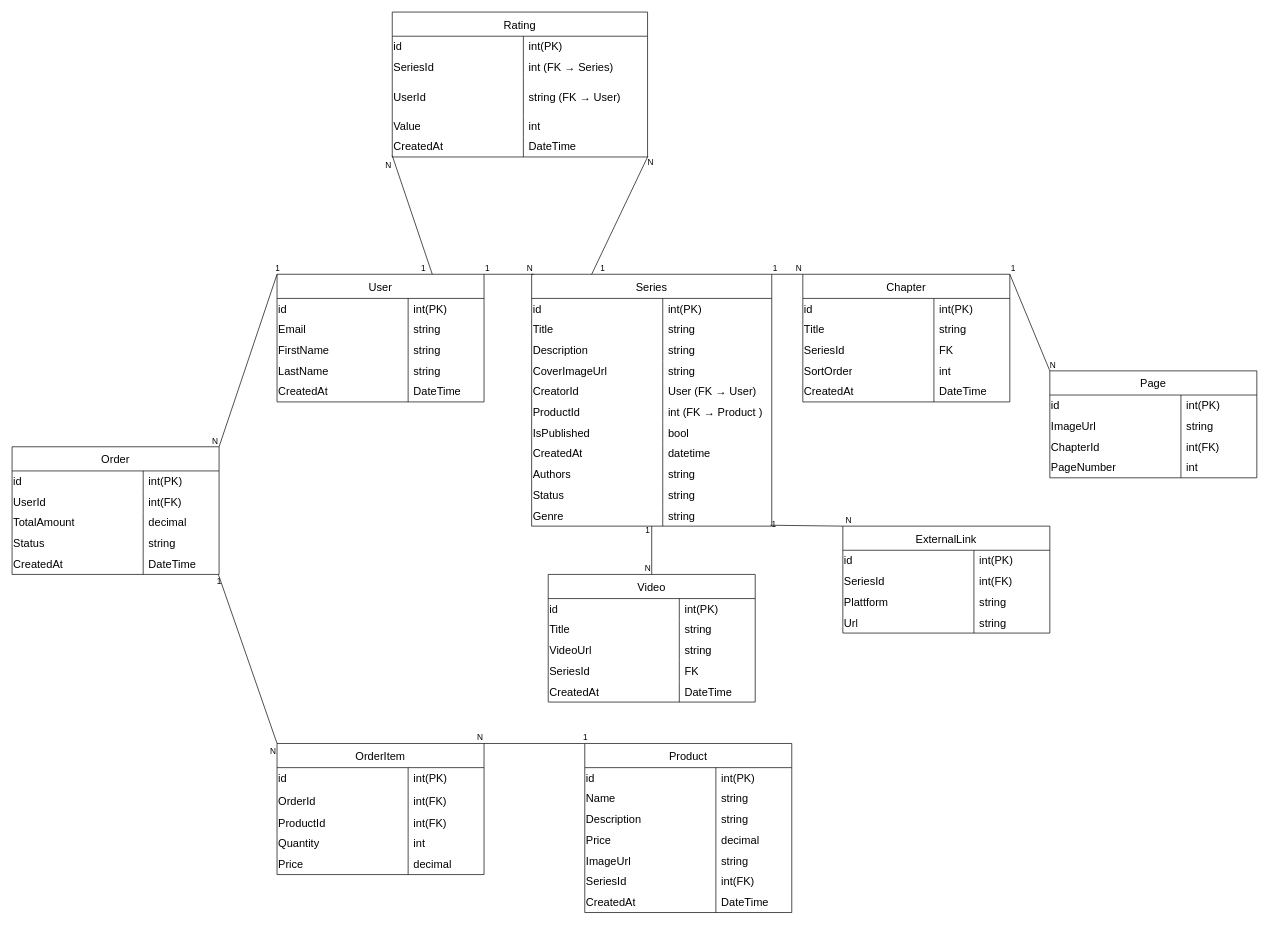
The draw.io diagram Diagrams/ER-diagram.drawio in SaraM47/Twinstartanimation-backend, before the edit. Source tidied: cells renumbered, new cells numbered last; positions are measured from the earlier drawing's top-left corner, leaving out a move shared by most shapes. Both pictures are drawn from the tidied source at 69%, with x=0, y=0 at pixel (12, 12).
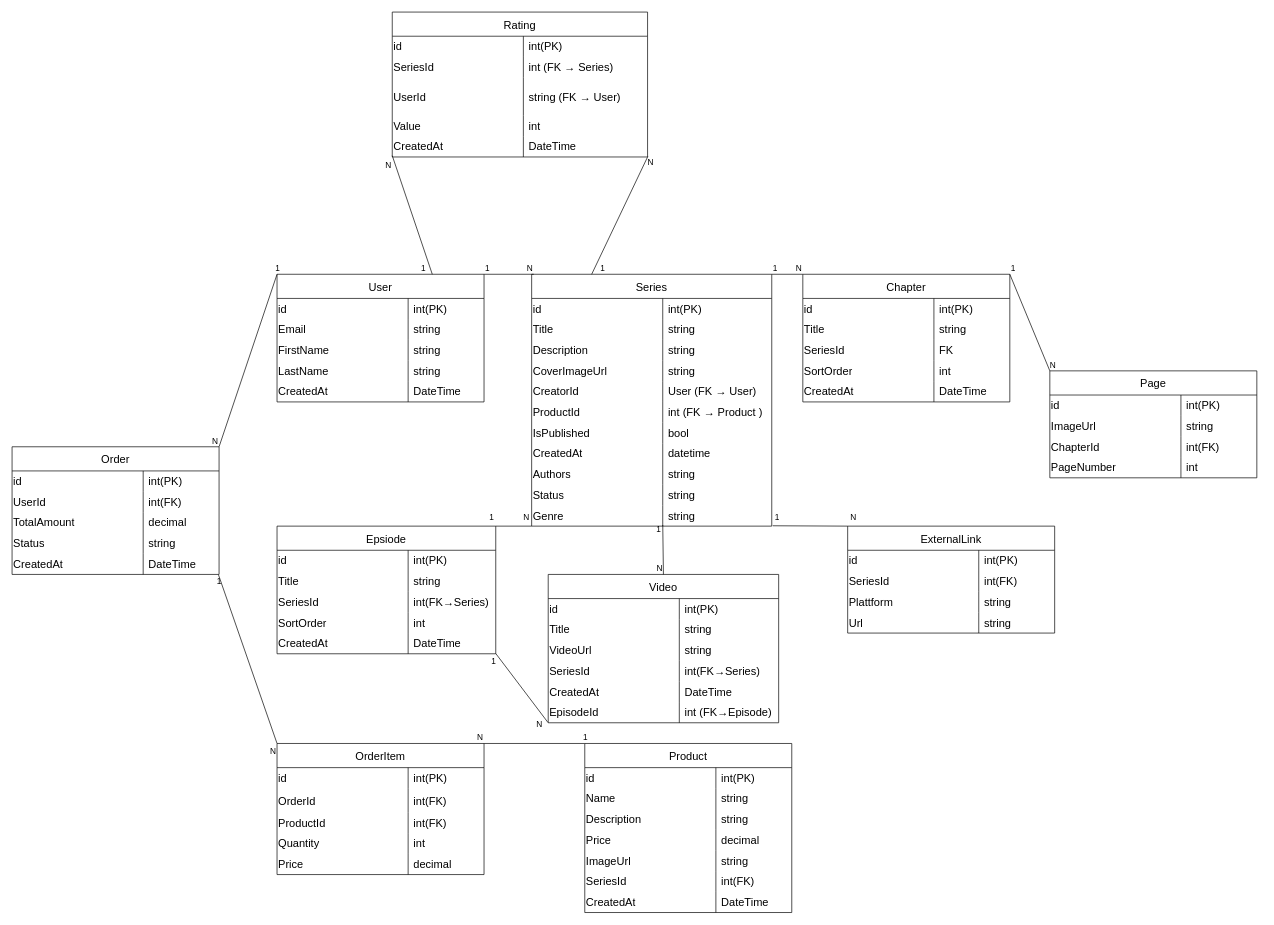
After the change.

Commit message:
Updated the ER-digram by adding entity Epsiode

The change refers to these unchanged cells:
```xml
<mxCell id="18" value="Series" style="shape=table;startSize=35;childLayout=tableLayout;rowLines=0;fontStyle=0;strokeColor=default;fontSize=16;rounded=0;" parent="1" vertex="1">
  <mxGeometry x="753" y="380" width="348" height="365" as="geometry" />
</mxCell>
<mxCell id="49" style="shape=tableRow;horizontal=0;startSize=0;swimlaneHead=0;swimlaneBody=0;top=0;left=0;bottom=0;right=0;fillColor=none;points=[[0,0.5],[1,0.5]];portConstraint=eastwest;strokeColor=inherit;fontSize=16;rounded=0;" parent="18" vertex="1">
  <mxGeometry y="335" width="348" height="30" as="geometry" />
</mxCell>
```

What changed in the source:
```diff
@@
     <mxCell id="81" value="Video" style="shape=table;startSize=35;childLayout=tableLayout;rowLines=0;fontStyle=0;strokeColor=default;fontSize=16;rounded=0;" parent="1" vertex="1">
-      <mxGeometry x="777" y="815" width="300" height="185" as="geometry" />
+      <mxGeometry x="777" y="815" width="334" height="215" as="geometry" />
     </mxCell>
     <mxCell id="82" style="shape=tableRow;horizontal=0;startSize=0;swimlaneHead=0;swimlaneBody=0;top=0;left=0;bottom=0;right=0;fillColor=none;strokeColor=inherit;fontSize=16;rounded=0;" parent="81" vertex="1">
-      <mxGeometry y="35" width="300" height="30" as="geometry" />
+      <mxGeometry y="35" width="334" height="30" as="geometry" />
     </mxCell>
@@
     <mxCell id="84" value="&lt;span style=&quot;color: rgb(0, 0, 0);&quot;&gt;&lt;font&gt;int(PK)&lt;/font&gt;&lt;/span&gt;" style="shape=partialRectangle;html=1;whiteSpace=wrap;fillColor=none;top=0;left=0;bottom=0;right=0;align=left;spacingLeft=6;overflow=hidden;strokeColor=inherit;fontSize=16;rounded=0;strokeWidth=16;" parent="82" vertex="1">
-      <mxGeometry x="190" width="110" height="30" as="geometry" />
+      <mxGeometry x="190" width="144" height="30" as="geometry" />
     </mxCell>
     <mxCell id="85" style="shape=tableRow;horizontal=0;startSize=0;swimlaneHead=0;swimlaneBody=0;top=0;left=0;bottom=0;right=0;fillColor=none;strokeColor=inherit;fontSize=16;rounded=0;" parent="81" vertex="1">
-      <mxGeometry y="65" width="300" height="30" as="geometry" />
+      <mxGeometry y="65" width="334" height="30" as="geometry" />
     </mxCell>
@@
     <mxCell id="87" value="&lt;span style=&quot;color: rgb(0, 0, 0);&quot;&gt;&lt;font&gt;string&lt;/font&gt;&lt;/span&gt;" style="shape=partialRectangle;html=1;whiteSpace=wrap;fillColor=none;top=0;left=0;bottom=0;right=0;align=left;spacingLeft=6;overflow=hidden;strokeColor=inherit;fontSize=16;rounded=0;strokeWidth=16;" parent="85" vertex="1">
-      <mxGeometry x="190" width="110" height="30" as="geometry" />
+      <mxGeometry x="190" width="144" height="30" as="geometry" />
     </mxCell>
     <mxCell id="88" style="shape=tableRow;horizontal=0;startSize=0;swimlaneHead=0;swimlaneBody=0;top=0;left=0;bottom=0;right=0;fillColor=none;strokeColor=inherit;fontSize=16;rounded=0;" parent="81" vertex="1">
-      <mxGeometry y="95" width="300" height="30" as="geometry" />
+      <mxGeometry y="95" width="334" height="30" as="geometry" />
     </mxCell>
@@
     <mxCell id="90" value="&lt;span style=&quot;color: rgb(0, 0, 0);&quot;&gt;&lt;font&gt;string&lt;/font&gt;&lt;/span&gt;" style="shape=partialRectangle;html=1;whiteSpace=wrap;fillColor=none;top=0;left=0;bottom=0;right=0;align=left;spacingLeft=6;overflow=hidden;strokeColor=inherit;fontSize=16;rounded=0;strokeWidth=16;" parent="88" vertex="1">
-      <mxGeometry x="190" width="110" height="30" as="geometry" />
+      <mxGeometry x="190" width="144" height="30" as="geometry" />
     </mxCell>
     <mxCell id="91" style="shape=tableRow;horizontal=0;startSize=0;swimlaneHead=0;swimlaneBody=0;top=0;left=0;bottom=0;right=0;fillColor=none;strokeColor=inherit;fontSize=16;rounded=0;" parent="81" vertex="1">
-      <mxGeometry y="125" width="300" height="30" as="geometry" />
+      <mxGeometry y="125" width="334" height="30" as="geometry" />
     </mxCell>
@@
-    <mxCell id="93" value="FK" style="shape=partialRectangle;html=1;whiteSpace=wrap;fillColor=none;top=0;left=0;bottom=0;right=0;align=left;spacingLeft=6;overflow=hidden;strokeColor=inherit;fontSize=16;rounded=0;" parent="91" vertex="1">
-      <mxGeometry x="190" width="110" height="30" as="geometry" />
+    <mxCell id="93" value="int(FK&lt;span style=&quot;color: rgb(0, 0, 0);&quot;&gt;→Series)&lt;/span&gt;" style="shape=partialRectangle;html=1;whiteSpace=wrap;fillColor=none;top=0;left=0;bottom=0;right=0;align=left;spacingLeft=6;overflow=hidden;strokeColor=inherit;fontSize=16;rounded=0;" parent="91" vertex="1">
+      <mxGeometry x="190" width="144" height="30" as="geometry" />
     </mxCell>
     <mxCell id="94" style="shape=tableRow;horizontal=0;startSize=0;swimlaneHead=0;swimlaneBody=0;top=0;left=0;bottom=0;right=0;fillColor=none;strokeColor=inherit;fontSize=16;rounded=0;" parent="81" vertex="1">
-      <mxGeometry y="155" width="300" height="30" as="geometry" />
+      <mxGeometry y="155" width="334" height="30" as="geometry" />
     </mxCell>
@@
     <mxCell id="96" value="DateTime" style="shape=partialRectangle;html=1;whiteSpace=wrap;fillColor=none;top=0;left=0;bottom=0;right=0;align=left;spacingLeft=6;overflow=hidden;strokeColor=inherit;fontSize=16;rounded=0;" parent="94" vertex="1">
-      <mxGeometry x="190" width="110" height="30" as="geometry" />
+      <mxGeometry x="190" width="144" height="30" as="geometry" />
     </mxCell>
+    <mxCell id="210" style="shape=tableRow;horizontal=0;startSize=0;swimlaneHead=0;swimlaneBody=0;top=0;left=0;bottom=0;right=0;fillColor=none;points=[[0,0.5],[1,0.5]];portConstraint=eastwest;strokeColor=inherit;fontSize=16;rounded=0;" parent="81" vertex="1">
+      <mxGeometry y="185" width="334" height="30" as="geometry" />
+    </mxCell>
+    <mxCell id="211" value="EpisodeId" style="shape=partialRectangle;html=1;whiteSpace=wrap;fillColor=none;top=0;left=0;bottom=0;right=0;overflow=hidden;strokeColor=inherit;fontSize=16;align=left;rounded=0;" parent="210" vertex="1">
+      <mxGeometry width="190" height="30" as="geometry" />
+    </mxCell>
+    <mxCell id="212" value="int (FK&lt;span style=&quot;color: rgb(0, 0, 0);&quot;&gt;→Episode&lt;/span&gt;)" style="shape=partialRectangle;html=1;whiteSpace=wrap;fillColor=none;top=0;left=0;bottom=0;right=0;align=left;spacingLeft=6;overflow=hidden;strokeColor=inherit;fontSize=16;rounded=0;" parent="210" vertex="1">
+      <mxGeometry x="190" width="144" height="30" as="geometry" />
+    </mxCell>
@@
     <mxCell id="151" value="ExternalLink" style="shape=table;startSize=35;childLayout=tableLayout;rowLines=0;fontStyle=0;strokeColor=default;fontSize=16;rounded=0;" parent="1" vertex="1">
-      <mxGeometry x="1204" y="745" width="300" height="155" as="geometry" />
+      <mxGeometry x="1211" y="745" width="300" height="155" as="geometry" />
     </mxCell>
@@
-    <mxCell id="182" style="endArrow=none;html=1;rounded=0;entryX=0.5;entryY=0;entryDx=0;entryDy=0;exitX=0.5;exitY=1;exitDx=0;exitDy=0;" parent="1" edge="1" source="18" target="81">
+    <mxCell id="182" style="endArrow=none;html=1;rounded=0;entryX=0.5;entryY=0;entryDx=0;entryDy=0;exitX=0.546;exitY=0.949;exitDx=0;exitDy=0;exitPerimeter=0;" parent="1" edge="1" source="49" target="81">
       <mxGeometry relative="1" as="geometry" />
     </mxCell>
@@
-    <mxCell id="185" style="endArrow=none;html=1;rounded=0;exitX=0.995;exitY=0.957;exitDx=0;exitDy=0;entryX=0;entryY=0;entryDx=0;entryDy=0;exitPerimeter=0;" parent="1" edge="1" source="49" target="151">
+    <mxCell id="185" style="endArrow=none;html=1;rounded=0;exitX=1.004;exitY=0.983;exitDx=0;exitDy=0;entryX=0;entryY=0;entryDx=0;entryDy=0;exitPerimeter=0;" parent="1" edge="1" source="49" target="151">
       <mxGeometry relative="1" as="geometry" />
     </mxCell>
     <mxCell id="186" value="1" style="html=1;whiteSpace=wrap;align=left;verticalAlign=bottom;" parent="185" vertex="1">
       <mxGeometry x="-1" relative="1" as="geometry">
-        <mxPoint y="7" as="offset" />
+        <mxPoint x="2" y="-4" as="offset" />
       </mxGeometry>
     </mxCell>
     <mxCell id="187" value="N" style="html=1;whiteSpace=wrap;align=right;verticalAlign=bottom;" parent="185" vertex="1">
       <mxGeometry x="1" relative="1" as="geometry">
-        <mxPoint x="14" as="offset" />
+        <mxPoint x="14" y="-5" as="offset" />
       </mxGeometry>
     </mxCell>
@@
+    <mxCell id="213" value="Epsiode" style="shape=table;startSize=35;childLayout=tableLayout;rowLines=0;fontStyle=0;strokeColor=default;fontSize=16;rounded=0;" parent="1" vertex="1">
+      <mxGeometry x="384" y="745" width="317" height="185" as="geometry" />
+    </mxCell>
+    <mxCell id="214" style="shape=tableRow;horizontal=0;startSize=0;swimlaneHead=0;swimlaneBody=0;top=0;left=0;bottom=0;right=0;fillColor=none;strokeColor=inherit;fontSize=16;rounded=0;" parent="213" vertex="1">
+      <mxGeometry y="35" width="317" height="30" as="geometry" />
+    </mxCell>
+    <mxCell id="215" value="id" style="shape=partialRectangle;html=1;whiteSpace=wrap;fillColor=none;top=0;left=0;bottom=0;right=0;overflow=hidden;strokeColor=inherit;fontSize=16;align=left;rounded=0;" parent="214" vertex="1">
+      <mxGeometry width="190" height="30" as="geometry" />
+    </mxCell>
+    <mxCell id="216" value="&lt;span style=&quot;color: rgb(0, 0, 0);&quot;&gt;&lt;font&gt;int(PK)&lt;/font&gt;&lt;/span&gt;" style="shape=partialRectangle;html=1;whiteSpace=wrap;fillColor=none;top=0;left=0;bottom=0;right=0;align=left;spacingLeft=6;overflow=hidden;strokeColor=inherit;fontSize=16;rounded=0;strokeWidth=16;" parent="214" vertex="1">
+      <mxGeometry x="190" width="127" height="30" as="geometry" />
+    </mxCell>
+    <mxCell id="217" style="shape=tableRow;horizontal=0;startSize=0;swimlaneHead=0;swimlaneBody=0;top=0;left=0;bottom=0;right=0;fillColor=none;strokeColor=inherit;fontSize=16;rounded=0;" parent="213" vertex="1">
+      <mxGeometry y="65" width="317" height="30" as="geometry" />
+    </mxCell>
+    <mxCell id="218" value="Title" style="shape=partialRectangle;html=1;whiteSpace=wrap;fillColor=none;top=0;left=0;bottom=0;right=0;overflow=hidden;strokeColor=inherit;fontSize=16;align=left;rounded=0;" parent="217" vertex="1">
+      <mxGeometry width="190" height="30" as="geometry" />
+    </mxCell>
+    <mxCell id="219" value="&lt;span style=&quot;color: rgb(0, 0, 0);&quot;&gt;&lt;font&gt;string&lt;/font&gt;&lt;/span&gt;" style="shape=partialRectangle;html=1;whiteSpace=wrap;fillColor=none;top=0;left=0;bottom=0;right=0;align=left;spacingLeft=6;overflow=hidden;strokeColor=inherit;fontSize=16;rounded=0;strokeWidth=16;" parent="217" vertex="1">
+      <mxGeometry x="190" width="127" height="30" as="geometry" />
+    </mxCell>
+    <mxCell id="220" style="shape=tableRow;horizontal=0;startSize=0;swimlaneHead=0;swimlaneBody=0;top=0;left=0;bottom=0;right=0;fillColor=none;strokeColor=inherit;fontSize=16;rounded=0;" parent="213" vertex="1">
+      <mxGeometry y="95" width="317" height="30" as="geometry" />
+    </mxCell>
+    <mxCell id="221" value="SeriesId" style="shape=partialRectangle;html=1;whiteSpace=wrap;fillColor=none;top=0;left=0;bottom=0;right=0;overflow=hidden;strokeColor=inherit;fontSize=16;align=left;rounded=0;" parent="220" vertex="1">
+      <mxGeometry width="190" height="30" as="geometry" />
+    </mxCell>
+    <mxCell id="222" value="&lt;span style=&quot;color: rgb(0, 0, 0);&quot;&gt;&lt;font&gt;int(FK&lt;/font&gt;&lt;/span&gt;&lt;span style=&quot;color: rgb(0, 0, 0);&quot;&gt;→Series)&lt;/span&gt;" style="shape=partialRectangle;html=1;whiteSpace=wrap;fillColor=none;top=0;left=0;bottom=0;right=0;align=left;spacingLeft=6;overflow=hidden;strokeColor=inherit;fontSize=16;rounded=0;strokeWidth=16;" parent="220" vertex="1">
+      <mxGeometry x="190" width="127" height="30" as="geometry" />
+    </mxCell>
+    <mxCell id="223" style="shape=tableRow;horizontal=0;startSize=0;swimlaneHead=0;swimlaneBody=0;top=0;left=0;bottom=0;right=0;fillColor=none;strokeColor=inherit;fontSize=16;rounded=0;" parent="213" vertex="1">
+      <mxGeometry y="125" width="317" height="30" as="geometry" />
+    </mxCell>
+    <mxCell id="224" value="SortOrder" style="shape=partialRectangle;html=1;whiteSpace=wrap;fillColor=none;top=0;left=0;bottom=0;right=0;overflow=hidden;strokeColor=inherit;fontSize=16;align=left;rounded=0;" parent="223" vertex="1">
+      <mxGeometry width="190" height="30" as="geometry" />
+    </mxCell>
+    <mxCell id="225" value="int" style="shape=partialRectangle;html=1;whiteSpace=wrap;fillColor=none;top=0;left=0;bottom=0;right=0;align=left;spacingLeft=6;overflow=hidden;strokeColor=inherit;fontSize=16;rounded=0;" parent="223" vertex="1">
+      <mxGeometry x="190" width="127" height="30" as="geometry" />
+    </mxCell>
+    <mxCell id="226" style="shape=tableRow;horizontal=0;startSize=0;swimlaneHead=0;swimlaneBody=0;top=0;left=0;bottom=0;right=0;fillColor=none;points=[[0,0.5],[1,0.5]];portConstraint=eastwest;strokeColor=inherit;fontSize=16;rounded=0;" parent="213" vertex="1">
+      <mxGeometry y="155" width="317" height="30" as="geometry" />
+    </mxCell>
+    <mxCell id="227" value="CreatedAt" style="shape=partialRectangle;html=1;whiteSpace=wrap;fillColor=none;top=0;left=0;bottom=0;right=0;overflow=hidden;strokeColor=inherit;fontSize=16;align=left;rounded=0;" parent="226" vertex="1">
+      <mxGeometry width="190" height="30" as="geometry" />
+    </mxCell>
+    <mxCell id="228" value="DateTime" style="shape=partialRectangle;html=1;whiteSpace=wrap;fillColor=none;top=0;left=0;bottom=0;right=0;align=left;spacingLeft=6;overflow=hidden;strokeColor=inherit;fontSize=16;rounded=0;" parent="226" vertex="1">
+      <mxGeometry x="190" width="127" height="30" as="geometry" />
+    </mxCell>
+    <mxCell id="229" style="endArrow=none;html=1;rounded=0;entryX=0;entryY=1;entryDx=0;entryDy=0;exitX=1;exitY=0;exitDx=0;exitDy=0;" parent="1" edge="1" source="213" target="18">
+      <mxGeometry relative="1" as="geometry" />
+    </mxCell>
+    <mxCell id="230" value="1" style="html=1;whiteSpace=wrap;align=left;verticalAlign=bottom;" parent="229" vertex="1">
+      <mxGeometry x="-1" relative="1" as="geometry">
+        <mxPoint x="-11" y="-5" as="offset" />
+      </mxGeometry>
+    </mxCell>
+    <mxCell id="231" value="N" style="html=1;whiteSpace=wrap;align=right;verticalAlign=bottom;" parent="229" vertex="1">
+      <mxGeometry x="1" relative="1" as="geometry">
+        <mxPoint x="-2" y="-5" as="offset" />
+      </mxGeometry>
+    </mxCell>
+    <mxCell id="232" style="endArrow=none;html=1;rounded=0;exitX=1;exitY=0.987;exitDx=0;exitDy=0;exitPerimeter=0;entryX=-0.001;entryY=0.986;entryDx=0;entryDy=0;entryPerimeter=0;" parent="1" edge="1" source="226" target="210">
+      <mxGeometry relative="1" as="geometry" />
+    </mxCell>
+    <mxCell id="233" value="1" style="html=1;whiteSpace=wrap;align=left;verticalAlign=bottom;" parent="232" vertex="1">
+      <mxGeometry x="-1" relative="1" as="geometry">
+        <mxPoint x="-8" y="20" as="offset" />
+      </mxGeometry>
+    </mxCell>
+    <mxCell id="234" value="N" style="html=1;whiteSpace=wrap;align=right;verticalAlign=bottom;" parent="232" vertex="1">
+      <mxGeometry x="1" relative="1" as="geometry">
+        <mxPoint x="-6" y="11" as="offset" />
+      </mxGeometry>
+    </mxCell>
```
